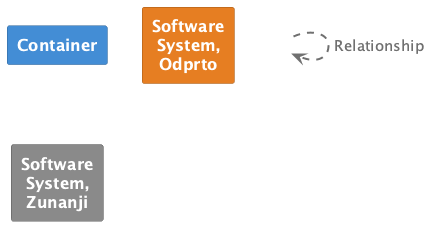
This is architecture/diagrams/structurizr-D5-Nadaljnje-ukrepanje-key.png from UM-KGPI/eFTI-Gate-SI, a PlantUML export, as it was before one commit. Source of this version:
```plantuml
@startuml
set separator none

skinparam {
  shadowing false
  arrowFontSize 15
  defaultTextAlignment center
  wrapWidth 100
  maxMessageSize 100
}
hide stereotype

skinparam rectangle<<_transparent>> {
  BorderColor transparent
  BackgroundColor transparent
  FontColor transparent
}

skinparam rectangle<<1>> {
  BackgroundColor #438dd5
  FontColor #ffffff
  BorderColor #2e6295
}
rectangle "==Container" <<1>>

skinparam rectangle<<2>> {
  BackgroundColor #e67e22
  FontColor #ffffff
  BorderColor #a15817
}
rectangle "==Software System, Odprto" <<2>>

skinparam rectangle<<3>> {
  BackgroundColor #8a8a8a
  FontColor #ffffff
  BorderColor #606060
}
rectangle "==Software System, Zunanji" <<3>>

rectangle "." <<_transparent>> as 4
4 .[#707070,thickness=2].> 4 : "<color:#707070>Relationship"


@enduml
```
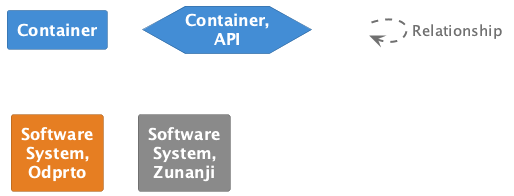
Above is the later version.

Change to the diagram source:
```diff
@@ -23,22 +23,29 @@
 }
 rectangle "==Container" <<1>>
 
-skinparam rectangle<<2>> {
+skinparam hexagon<<2>> {
+  BackgroundColor #438dd5
+  FontColor #ffffff
+  BorderColor #2e6295
+}
+hexagon "==Container, API" <<2>>
+
+skinparam rectangle<<3>> {
   BackgroundColor #e67e22
   FontColor #ffffff
   BorderColor #a15817
 }
-rectangle "==Software System, Odprto" <<2>>
+rectangle "==Software System, Odprto" <<3>>
 
-skinparam rectangle<<3>> {
+skinparam rectangle<<4>> {
   BackgroundColor #8a8a8a
   FontColor #ffffff
   BorderColor #606060
 }
-rectangle "==Software System, Zunanji" <<3>>
+rectangle "==Software System, Zunanji" <<4>>
 
-rectangle "." <<_transparent>> as 4
-4 .[#707070,thickness=2].> 4 : "<color:#707070>Relationship"
+rectangle "." <<_transparent>> as 5
+5 .[#707070,thickness=2].> 5 : "<color:#707070>Relationship"
 
 
 @enduml
```
